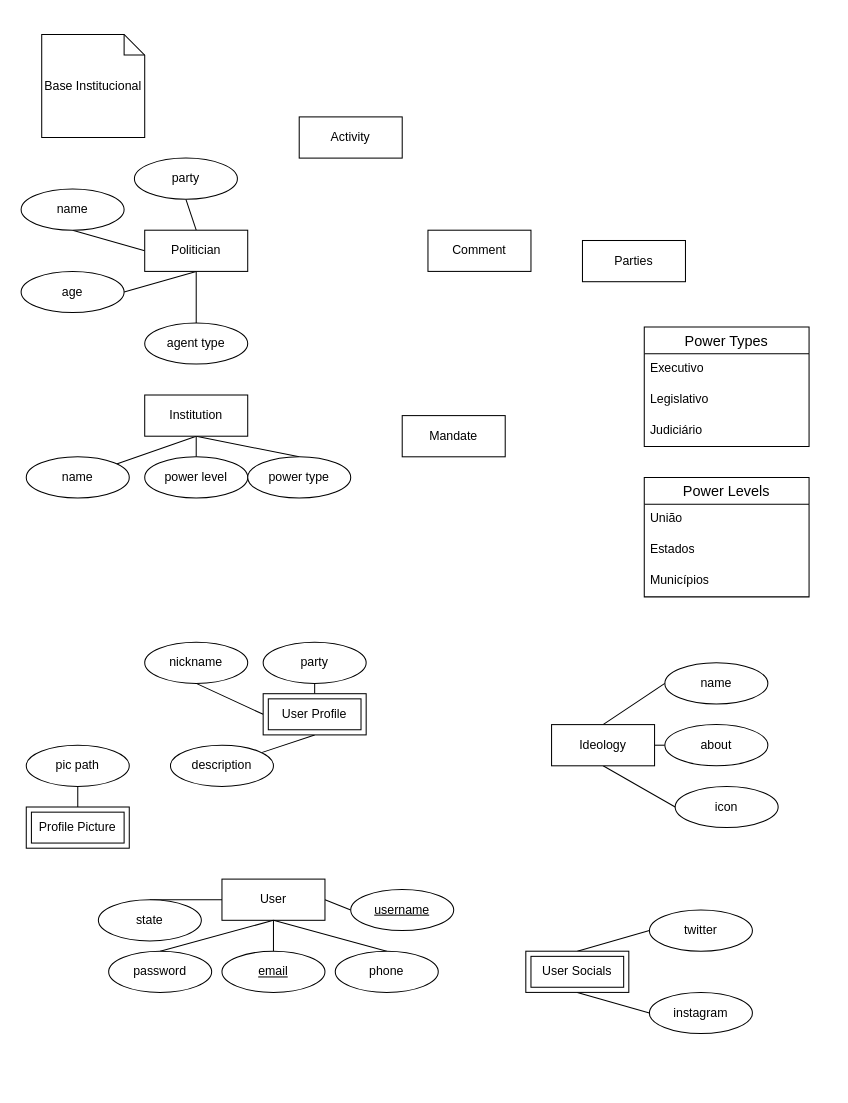
Above: polelo.drawio in lik3as/polELO-django (draw.io), before the change. Source tidied: cells renumbered, new cells numbered last; positions are measured from the earlier drawing's top-left corner, leaving out a move shared by most shapes. Both pictures are drawn from the tidied source at 103%, with x=0, y=0 at pixel (21, 34).
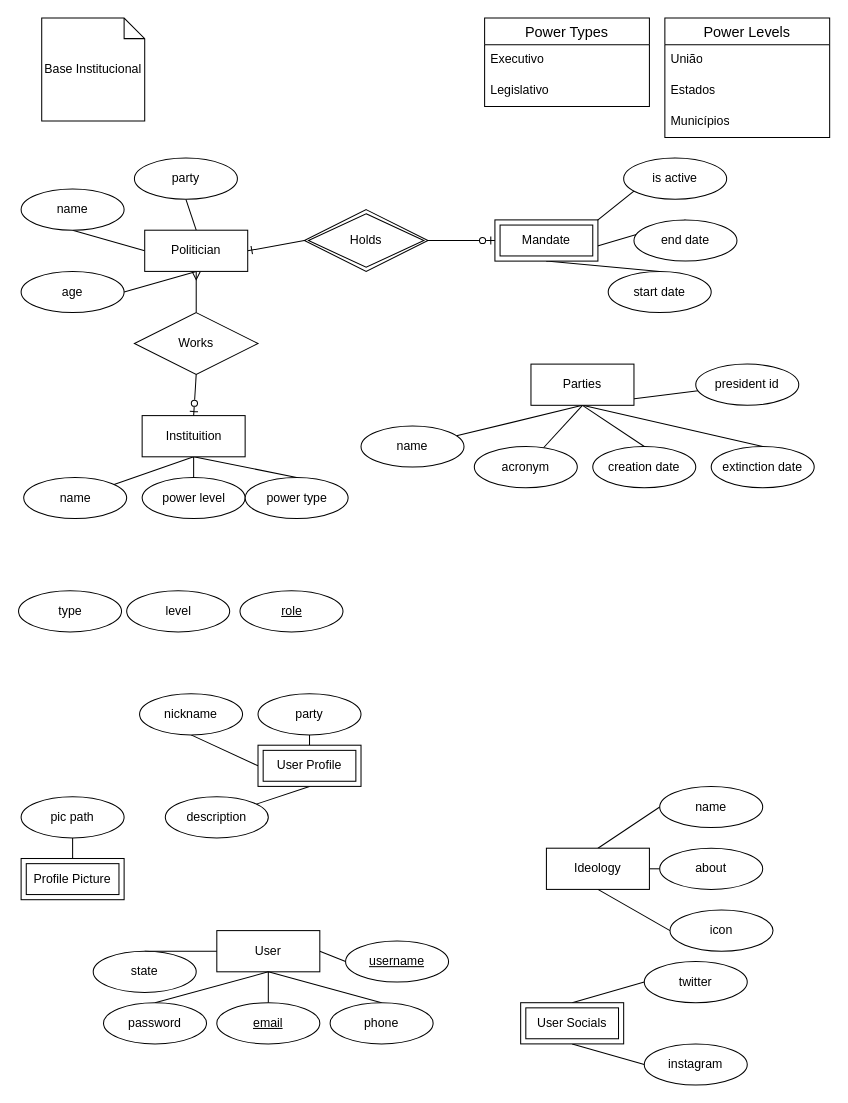
Above is the later version.

The change refers to these unchanged cells:
```xml
<mxCell id="6" value="Politician" style="whiteSpace=wrap;html=1;align=center;" parent="1" vertex="1">
  <mxGeometry x="120" y="190" width="100" height="40" as="geometry" />
</mxCell>
```

The edit, as a diff of the source:
```diff
@@
-    <mxCell id="5" style="rounded=0;jettySize=auto;html=1;exitX=0.5;exitY=1;exitDx=0;exitDy=0;entryX=0.5;entryY=0;entryDx=0;entryDy=0;endArrow=none;endFill=0;" parent="1" edge="1" source="6" target="63">
-      <mxGeometry relative="1" as="geometry" />
-    </mxCell>
+    <mxCell id="64" style="rounded=0;jettySize=auto;html=1;exitX=1;exitY=0.5;exitDx=0;exitDy=0;entryX=0;entryY=0.5;entryDx=0;entryDy=0;endArrow=none;endFill=0;startArrow=ERone;startFill=0;flowAnimation=1;" parent="1" edge="1" source="6" target="86">
+      <mxGeometry relative="1" as="geometry" />
+    </mxCell>
+    <mxCell id="65" style="rounded=0;jettySize=auto;html=1;exitX=0.5;exitY=1;exitDx=0;exitDy=0;entryX=0.5;entryY=0;entryDx=0;entryDy=0;endArrow=none;endFill=0;flowAnimation=1;startArrow=ERmany;startFill=0;" parent="1" edge="1" source="6" target="88">
+      <mxGeometry relative="1" as="geometry" />
+    </mxCell>
@@
     <mxCell id="8" value="User" style="whiteSpace=wrap;html=1;align=center;" parent="1" vertex="1">
-      <mxGeometry x="195" y="820" width="100" height="40" as="geometry" />
+      <mxGeometry x="190" y="870" width="100" height="40" as="geometry" />
     </mxCell>
@@
-    <mxCell id="10" value="Comment" style="whiteSpace=wrap;html=1;align=center;" parent="1" vertex="1">
-      <mxGeometry x="395" y="190" width="100" height="40" as="geometry" />
-    </mxCell>
-    <mxCell id="11" value="Activity" style="whiteSpace=wrap;html=1;align=center;" parent="1" vertex="1">
-      <mxGeometry x="270" y="80" width="100" height="40" as="geometry" />
-    </mxCell>
@@
     <mxCell id="13" value="password" style="ellipse;whiteSpace=wrap;html=1;align=center;" parent="1" vertex="1">
-      <mxGeometry x="85" y="890" width="100" height="40" as="geometry" />
+      <mxGeometry x="80" y="940" width="100" height="40" as="geometry" />
     </mxCell>
@@
     <mxCell id="15" value="email" style="ellipse;whiteSpace=wrap;html=1;align=center;fontStyle=4;" parent="1" vertex="1">
-      <mxGeometry x="195" y="890" width="100" height="40" as="geometry" />
+      <mxGeometry x="190" y="940" width="100" height="40" as="geometry" />
     </mxCell>
@@
     <mxCell id="17" value="phone" style="ellipse;whiteSpace=wrap;html=1;align=center;" parent="1" vertex="1">
-      <mxGeometry x="305" y="890" width="100" height="40" as="geometry" />
+      <mxGeometry x="300" y="940" width="100" height="40" as="geometry" />
     </mxCell>
@@
     <mxCell id="19" value="twitter" style="ellipse;whiteSpace=wrap;html=1;align=center;" parent="1" vertex="1">
-      <mxGeometry x="610" y="850" width="100" height="40" as="geometry" />
+      <mxGeometry x="605" y="900" width="100" height="40" as="geometry" />
     </mxCell>
     <mxCell id="20" value="instagram" style="ellipse;whiteSpace=wrap;html=1;align=center;" parent="1" vertex="1">
-      <mxGeometry x="610" y="930" width="100" height="40" as="geometry" />
+      <mxGeometry x="605" y="980" width="100" height="40" as="geometry" />
     </mxCell>
@@
     <mxCell id="22" value="User Socials" style="shape=ext;margin=3;double=1;whiteSpace=wrap;html=1;align=center;" parent="1" vertex="1">
-      <mxGeometry x="490" y="890" width="100" height="40" as="geometry" />
+      <mxGeometry x="485" y="940" width="100" height="40" as="geometry" />
     </mxCell>
@@
     <mxCell id="24" value="state" style="ellipse;whiteSpace=wrap;html=1;align=center;" parent="1" vertex="1">
-      <mxGeometry x="75" y="840" width="100" height="40" as="geometry" />
+      <mxGeometry x="70" y="890" width="100" height="40" as="geometry" />
     </mxCell>
     <mxCell id="25" value="nickname" style="ellipse;whiteSpace=wrap;html=1;align=center;" parent="1" vertex="1">
-      <mxGeometry x="120" y="590" width="100" height="40" as="geometry" />
+      <mxGeometry x="115" y="640" width="100" height="40" as="geometry" />
     </mxCell>
     <mxCell id="26" value="username" style="ellipse;whiteSpace=wrap;html=1;align=center;fontStyle=4;" parent="1" vertex="1">
-      <mxGeometry x="320" y="830" width="100" height="40" as="geometry" />
+      <mxGeometry x="315" y="880" width="100" height="40" as="geometry" />
     </mxCell>
@@
     <mxCell id="29" value="User Profile" style="shape=ext;margin=3;double=1;whiteSpace=wrap;html=1;align=center;" parent="1" vertex="1">
-      <mxGeometry x="235" y="640" width="100" height="40" as="geometry" />
+      <mxGeometry x="230" y="690" width="100" height="40" as="geometry" />
     </mxCell>
@@
     <mxCell id="31" value="Profile Picture" style="shape=ext;margin=3;double=1;whiteSpace=wrap;html=1;align=center;" parent="1" vertex="1">
-      <mxGeometry x="5" y="750" width="100" height="40" as="geometry" />
+      <mxGeometry y="800" width="100" height="40" as="geometry" />
     </mxCell>
     <mxCell id="32" value="party" style="ellipse;whiteSpace=wrap;html=1;align=center;" parent="1" vertex="1">
-      <mxGeometry x="235" y="590" width="100" height="40" as="geometry" />
+      <mxGeometry x="230" y="640" width="100" height="40" as="geometry" />
     </mxCell>
     <mxCell id="33" value="description" style="ellipse;whiteSpace=wrap;html=1;align=center;" parent="1" vertex="1">
-      <mxGeometry x="145" y="690" width="100" height="40" as="geometry" />
+      <mxGeometry x="140" y="740" width="100" height="40" as="geometry" />
     </mxCell>
@@
     <mxCell id="37" value="&lt;div&gt;Ideology&lt;/div&gt;" style="whiteSpace=wrap;html=1;align=center;" parent="1" vertex="1">
-      <mxGeometry x="515" y="670" width="100" height="40" as="geometry" />
+      <mxGeometry x="510" y="790" width="100" height="40" as="geometry" />
     </mxCell>
     <mxCell id="38" value="name" style="ellipse;whiteSpace=wrap;html=1;align=center;" parent="1" vertex="1">
-      <mxGeometry x="625" y="610" width="100" height="40" as="geometry" />
+      <mxGeometry x="620" y="730" width="100" height="40" as="geometry" />
     </mxCell>
     <mxCell id="39" value="about" style="ellipse;whiteSpace=wrap;html=1;align=center;" parent="1" vertex="1">
-      <mxGeometry x="625" y="670" width="100" height="40" as="geometry" />
+      <mxGeometry x="620" y="790" width="100" height="40" as="geometry" />
     </mxCell>
     <mxCell id="40" value="icon" style="ellipse;whiteSpace=wrap;html=1;align=center;" parent="1" vertex="1">
-      <mxGeometry x="635" y="730" width="100" height="40" as="geometry" />
+      <mxGeometry x="630" y="850" width="100" height="40" as="geometry" />
     </mxCell>
     <mxCell id="41" value="pic path" style="ellipse;whiteSpace=wrap;html=1;align=center;" parent="1" vertex="1">
-      <mxGeometry x="5" y="690" width="100" height="40" as="geometry" />
+      <mxGeometry y="740" width="100" height="40" as="geometry" />
     </mxCell>
@@
+    <mxCell id="66" style="rounded=0;jettySize=auto;html=1;exitX=0.5;exitY=1;exitDx=0;exitDy=0;endArrow=none;endFill=0;" parent="1" edge="1" source="45" target="78">
+      <mxGeometry relative="1" as="geometry" />
+    </mxCell>
+    <mxCell id="67" style="rounded=0;jettySize=auto;html=1;exitX=0.5;exitY=1;exitDx=0;exitDy=0;endArrow=none;endFill=0;" parent="1" edge="1" source="45" target="79">
+      <mxGeometry relative="1" as="geometry" />
+    </mxCell>
+    <mxCell id="68" style="rounded=0;jettySize=auto;html=1;exitX=0.5;exitY=1;exitDx=0;exitDy=0;entryX=0.5;entryY=0;entryDx=0;entryDy=0;endArrow=none;endFill=0;" parent="1" edge="1" source="45" target="80">
+      <mxGeometry relative="1" as="geometry" />
+    </mxCell>
+    <mxCell id="69" style="rounded=0;jettySize=auto;html=1;exitX=0.5;exitY=1;exitDx=0;exitDy=0;entryX=0.5;entryY=0;entryDx=0;entryDy=0;endArrow=none;endFill=0;" parent="1" edge="1" source="45" target="81">
+      <mxGeometry relative="1" as="geometry" />
+    </mxCell>
+    <mxCell id="70" style="rounded=0;jettySize=auto;html=1;exitX=0.5;exitY=1;exitDx=0;exitDy=0;endArrow=none;endFill=0;" parent="1" edge="1" source="45" target="82">
+      <mxGeometry relative="1" as="geometry" />
+    </mxCell>
     <mxCell id="45" value="Parties" style="whiteSpace=wrap;html=1;align=center;" parent="1" vertex="1">
-      <mxGeometry x="545" y="200" width="100" height="40" as="geometry" />
+      <mxGeometry x="495" y="320" width="100" height="40" as="geometry" />
     </mxCell>
     <mxCell id="46" value="Power Types" style="swimlane;fontStyle=0;horizontal=1;startSize=26;align=center;fontSize=14;" parent="1" vertex="1">
-      <mxGeometry x="605" y="284" width="160" height="116" as="geometry" />
+      <mxGeometry x="450" y="-16" width="160" height="86" as="geometry" />
     </mxCell>
@@
-    <mxCell id="49" value="Judiciário" style="text;strokeColor=none;fillColor=none;spacingLeft=4;spacingRight=4;overflow=hidden;fontSize=12;whiteSpace=wrap;html=1;" parent="46" vertex="1">
-      <mxGeometry y="86" width="160" height="30" as="geometry" />
-    </mxCell>
     <mxCell id="50" value="Base Institucional" style="shape=note;size=20;whiteSpace=wrap;html=1;" parent="1" vertex="1">
-      <mxGeometry x="20" width="100" height="100" as="geometry" />
+      <mxGeometry x="20" y="-16" width="100" height="100" as="geometry" />
     </mxCell>
     <mxCell id="51" value="Power Levels" style="swimlane;fontStyle=0;horizontal=1;startSize=26;align=center;fontSize=14;" parent="1" vertex="1">
-      <mxGeometry x="605" y="430" width="160" height="116" as="geometry" />
+      <mxGeometry x="625" y="-16" width="160" height="116" as="geometry" />
     </mxCell>
@@
-    <mxCell id="55" value="Mandate" style="whiteSpace=wrap;html=1;align=center;" parent="1" vertex="1">
-      <mxGeometry x="370" y="370" width="100" height="40" as="geometry" />
-    </mxCell>
+    <mxCell id="71" style="rounded=0;jettySize=auto;html=1;exitX=0.5;exitY=1;exitDx=0;exitDy=0;entryX=0.5;entryY=0;entryDx=0;entryDy=0;endArrow=none;endFill=0;" parent="1" edge="1" source="55" target="84">
+      <mxGeometry relative="1" as="geometry" />
+    </mxCell>
@@
-    <mxCell id="59" value="Institution" style="whiteSpace=wrap;html=1;align=center;" parent="1" vertex="1">
-      <mxGeometry x="120" y="350" width="100" height="40" as="geometry" />
+    <mxCell id="59" value="Instituition" style="whiteSpace=wrap;html=1;align=center;" parent="1" vertex="1">
+      <mxGeometry x="117.5" y="370" width="100" height="40" as="geometry" />
     </mxCell>
     <mxCell id="60" value="name" style="ellipse;whiteSpace=wrap;html=1;align=center;" parent="1" vertex="1">
-      <mxGeometry x="5" y="410" width="100" height="40" as="geometry" />
+      <mxGeometry x="2.5" y="430" width="100" height="40" as="geometry" />
     </mxCell>
     <mxCell id="61" value="power level" style="ellipse;whiteSpace=wrap;html=1;align=center;" parent="1" vertex="1">
-      <mxGeometry x="120" y="410" width="100" height="40" as="geometry" />
+      <mxGeometry x="117.5" y="430" width="100" height="40" as="geometry" />
     </mxCell>
     <mxCell id="62" value="power type" style="ellipse;whiteSpace=wrap;html=1;align=center;" parent="1" vertex="1">
-      <mxGeometry x="220" y="410" width="100" height="40" as="geometry" />
+      <mxGeometry x="217.5" y="430" width="100" height="40" as="geometry" />
     </mxCell>
-    <mxCell id="63" value="agent type" style="ellipse;whiteSpace=wrap;html=1;align=center;" parent="1" vertex="1">
-      <mxGeometry x="120" y="280" width="100" height="40" as="geometry" />
-    </mxCell>
+    <mxCell id="72" style="rounded=0;jettySize=auto;html=1;exitX=0.5;exitY=0;exitDx=0;exitDy=0;entryX=0.5;entryY=1;entryDx=0;entryDy=0;endArrow=none;endFill=0;" parent="1" edge="1" source="73" target="55">
+      <mxGeometry relative="1" as="geometry" />
+    </mxCell>
+    <mxCell id="73" value="is active" style="ellipse;whiteSpace=wrap;html=1;align=center;" parent="1" vertex="1">
+      <mxGeometry x="585" y="120" width="100" height="40" as="geometry" />
+    </mxCell>
+    <mxCell id="74" style="rounded=0;jettySize=auto;html=1;exitX=0.5;exitY=0;exitDx=0;exitDy=0;entryX=0.5;entryY=1;entryDx=0;entryDy=0;endArrow=none;endFill=0;" parent="1" edge="1" source="75" target="55">
+      <mxGeometry relative="1" as="geometry" />
+    </mxCell>
+    <mxCell id="75" value="end date" style="ellipse;whiteSpace=wrap;html=1;align=center;" parent="1" vertex="1">
+      <mxGeometry x="595" y="180" width="100" height="40" as="geometry" />
+    </mxCell>
+    <mxCell id="76" value="type" style="ellipse;whiteSpace=wrap;html=1;align=center;" parent="1" vertex="1">
+      <mxGeometry x="-2.5" y="540" width="100" height="40" as="geometry" />
+    </mxCell>
+    <mxCell id="77" value="level" style="ellipse;whiteSpace=wrap;html=1;align=center;" parent="1" vertex="1">
+      <mxGeometry x="102.5" y="540" width="100" height="40" as="geometry" />
+    </mxCell>
+    <mxCell id="78" value="name" style="ellipse;whiteSpace=wrap;html=1;align=center;" parent="1" vertex="1">
+      <mxGeometry x="330" y="380" width="100" height="40" as="geometry" />
+    </mxCell>
+    <mxCell id="79" value="acronym" style="ellipse;whiteSpace=wrap;html=1;align=center;" parent="1" vertex="1">
+      <mxGeometry x="440" y="400" width="100" height="40" as="geometry" />
+    </mxCell>
+    <mxCell id="80" value="creation date" style="ellipse;whiteSpace=wrap;html=1;align=center;" parent="1" vertex="1">
+      <mxGeometry x="555" y="400" width="100" height="40" as="geometry" />
+    </mxCell>
+    <mxCell id="81" value="extinction date" style="ellipse;whiteSpace=wrap;html=1;align=center;" parent="1" vertex="1">
+      <mxGeometry x="670" y="400" width="100" height="40" as="geometry" />
+    </mxCell>
+    <mxCell id="82" value="president id" style="ellipse;whiteSpace=wrap;html=1;align=center;" parent="1" vertex="1">
+      <mxGeometry x="655" y="320" width="100" height="40" as="geometry" />
+    </mxCell>
+    <mxCell id="83" value="role" style="ellipse;whiteSpace=wrap;html=1;align=center;fontStyle=4;" parent="1" vertex="1">
+      <mxGeometry x="212.5" y="540" width="100" height="40" as="geometry" />
+    </mxCell>
+    <mxCell id="84" value="start date" style="ellipse;whiteSpace=wrap;html=1;align=center;" parent="1" vertex="1">
+      <mxGeometry x="570" y="230" width="100" height="40" as="geometry" />
+    </mxCell>
+    <mxCell id="55" value="Mandate" style="shape=ext;margin=3;double=1;whiteSpace=wrap;html=1;align=center;" parent="1" vertex="1">
+      <mxGeometry x="460" y="180" width="100" height="40" as="geometry" />
+    </mxCell>
+    <mxCell id="85" style="rounded=0;jettySize=auto;html=1;exitX=1;exitY=0.5;exitDx=0;exitDy=0;entryX=0;entryY=0.5;entryDx=0;entryDy=0;endArrow=ERzeroToOne;endFill=0;flowAnimation=1;" parent="1" edge="1" source="86" target="55">
+      <mxGeometry relative="1" as="geometry" />
+    </mxCell>
+    <mxCell id="86" value="Holds" style="shape=rhombus;double=1;perimeter=rhombusPerimeter;whiteSpace=wrap;html=1;align=center;" parent="1" vertex="1">
+      <mxGeometry x="275" y="170" width="120" height="60" as="geometry" />
+    </mxCell>
+    <mxCell id="87" style="rounded=0;jettySize=auto;html=1;exitX=0.5;exitY=1;exitDx=0;exitDy=0;entryX=0.5;entryY=0;entryDx=0;entryDy=0;endArrow=ERzeroToOne;endFill=0;flowAnimation=1;" parent="1" edge="1" source="88" target="59">
+      <mxGeometry relative="1" as="geometry" />
+    </mxCell>
+    <mxCell id="88" value="Works" style="shape=rhombus;perimeter=rhombusPerimeter;whiteSpace=wrap;html=1;align=center;" parent="1" vertex="1">
+      <mxGeometry x="110" y="270" width="120" height="60" as="geometry" />
+    </mxCell>
```
